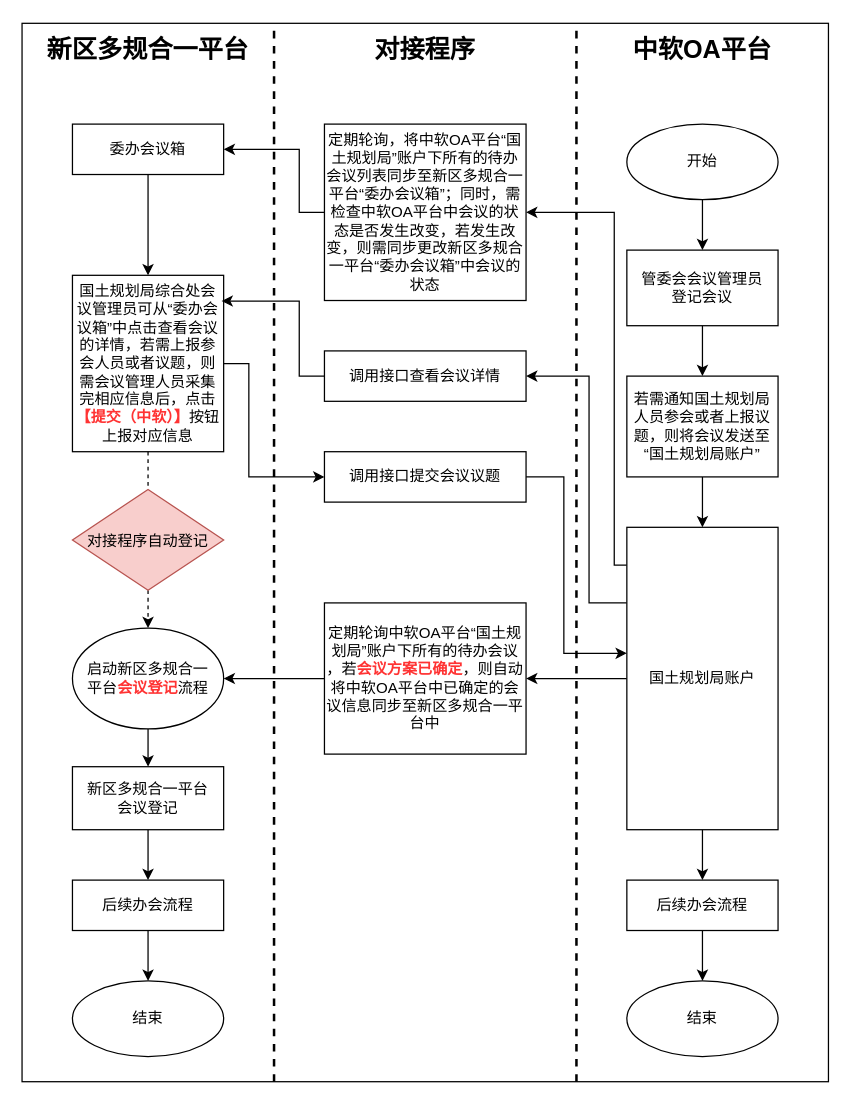
The draw.io diagram page "会议模块" (4 of 4) of 中软对接.drawio in 806100963/draw.io, before the edit. Source tidied: cells renumbered, new cells numbered last; positions are measured from the earlier drawing's top-left corner, leaving out a move shared by most shapes. Both pictures are drawn from the tidied source at 126%, with x=0, y=0 at pixel (21, 23).
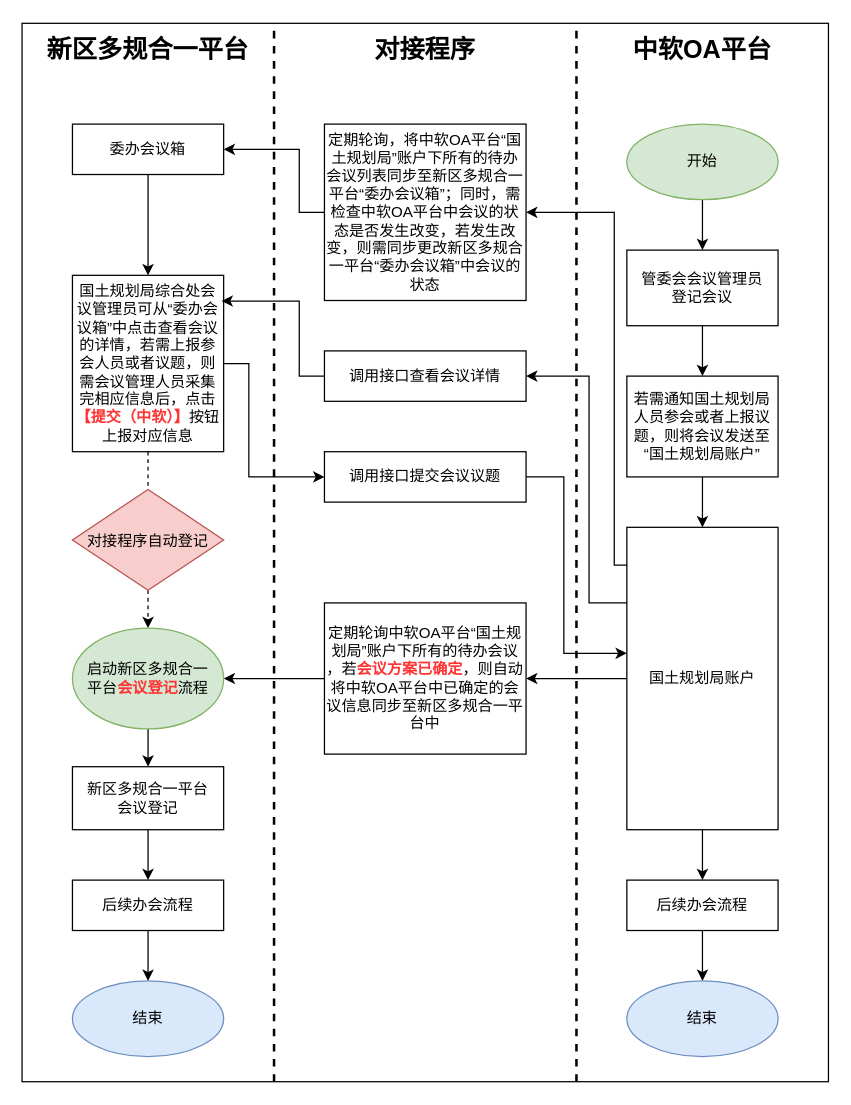
Above is the later version.

Diff of the diagram source:
```diff
@@
-    <mxCell id="5" value="开始" style="ellipse;whiteSpace=wrap;html=1;fontSize=12;" parent="1" vertex="1">
+    <mxCell id="5" value="开始" style="ellipse;whiteSpace=wrap;html=1;fontSize=12;fillColor=#d5e8d4;strokeColor=#82b366;" parent="1" vertex="1">
       <mxGeometry x="480" y="80" width="120" height="60" as="geometry" />
     </mxCell>
@@
-    <mxCell id="23" value="启动新区多规合一&lt;br&gt;平台&lt;b&gt;&lt;font color=&quot;#ff3333&quot;&gt;会议登记&lt;/font&gt;&lt;/b&gt;流程" style="ellipse;whiteSpace=wrap;html=1;" parent="1" vertex="1">
+    <mxCell id="23" value="启动新区多规合一&lt;br&gt;平台&lt;b&gt;&lt;font color=&quot;#ff3333&quot;&gt;会议登记&lt;/font&gt;&lt;/b&gt;流程" style="ellipse;whiteSpace=wrap;html=1;fillColor=#d5e8d4;strokeColor=#82b366;" parent="1" vertex="1">
       <mxGeometry x="40" y="480" width="120" height="80" as="geometry" />
     </mxCell>
@@
-    <mxCell id="34" value="结束" style="ellipse;whiteSpace=wrap;html=1;rounded=0;" parent="1" vertex="1">
+    <mxCell id="34" value="结束" style="ellipse;whiteSpace=wrap;html=1;rounded=0;fillColor=#dae8fc;strokeColor=#6c8ebf;" parent="1" vertex="1">
       <mxGeometry x="40" y="760" width="120" height="60" as="geometry" />
     </mxCell>
@@
-    <mxCell id="37" value="结束" style="ellipse;whiteSpace=wrap;html=1;rounded=0;" parent="1" vertex="1">
+    <mxCell id="37" value="结束" style="ellipse;whiteSpace=wrap;html=1;rounded=0;fillColor=#dae8fc;strokeColor=#6c8ebf;" parent="1" vertex="1">
       <mxGeometry x="480" y="760" width="120" height="60" as="geometry" />
     </mxCell>
```
